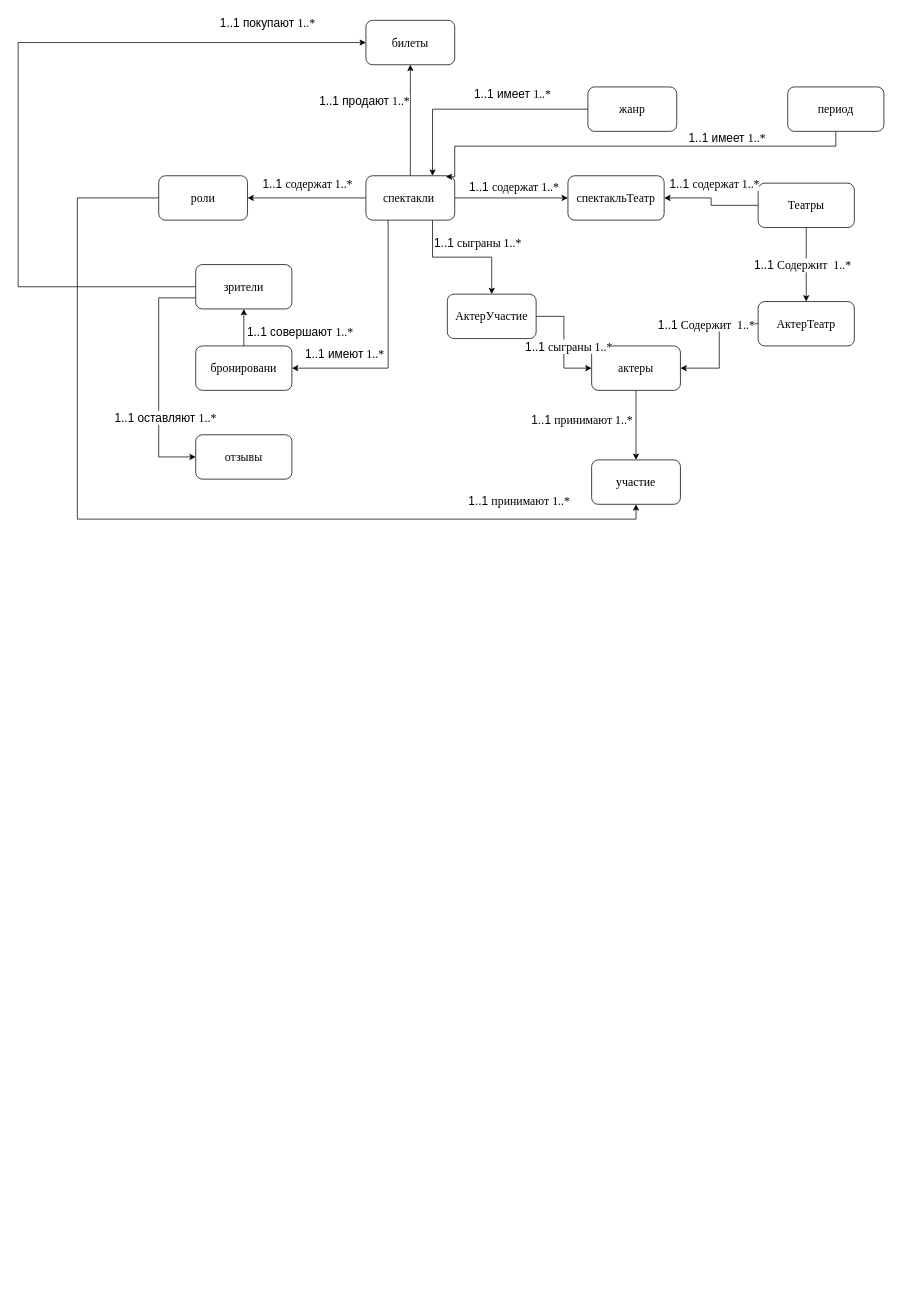
Above: без названия.drawio in Verina19/Practica_4 (draw.io), before the change. Source tidied: cells renumbered, new cells numbered last; positions are measured from the earlier drawing's top-left corner, leaving out a move shared by most shapes. Both pictures are drawn from the tidied source at 74%, with x=0, y=0 at pixel (18, 13).
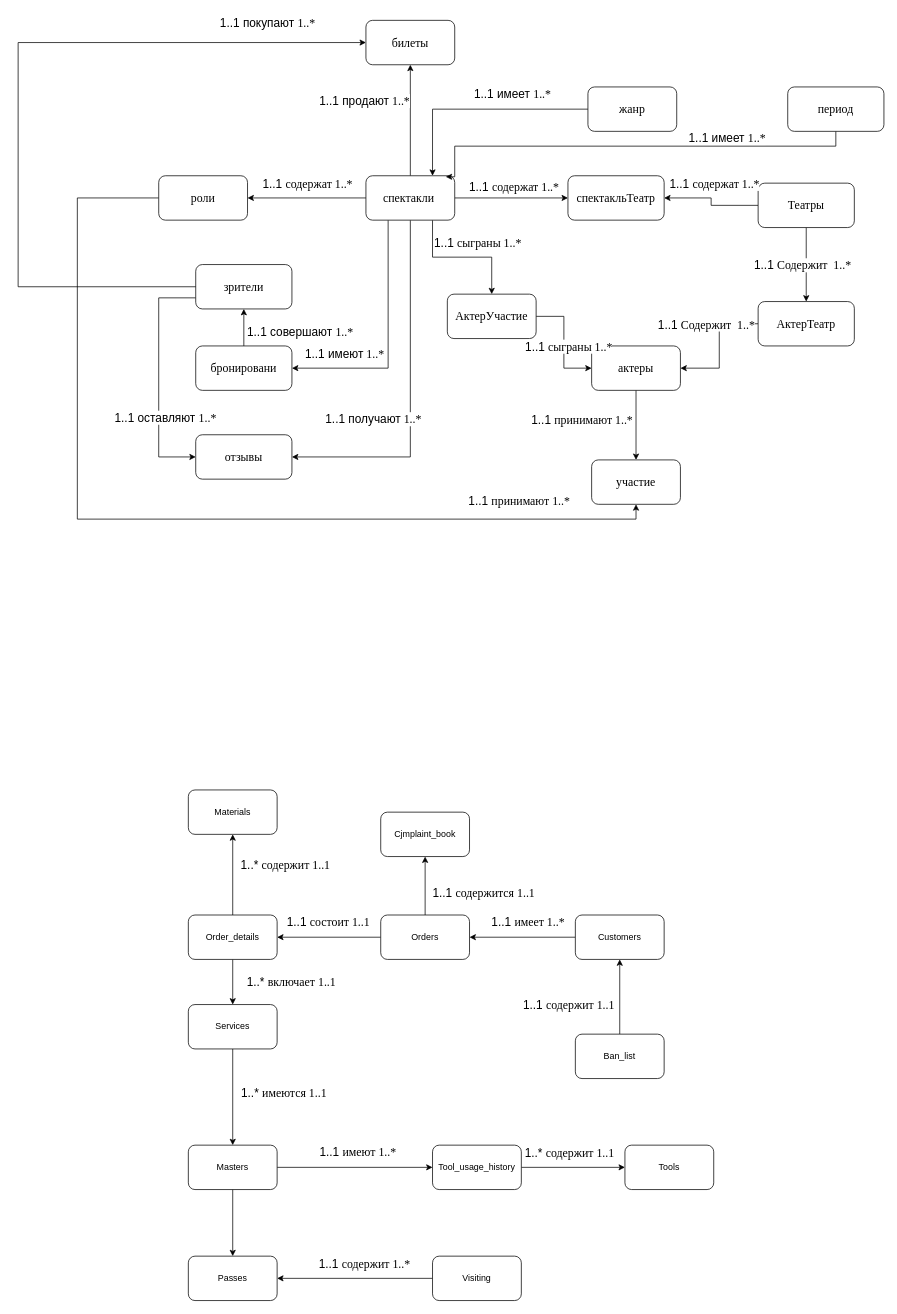
Above is the later version.

Unchanged cells that the change refers to:
```xml
<mxCell id="12" value="&lt;span style=&quot;font-size:12.0pt;font-family:&amp;quot;Times New Roman&amp;quot;,serif;&lt;br/&gt;mso-fareast-font-family:&amp;quot;Times New Roman&amp;quot;;mso-font-kerning:0pt;mso-ansi-language:&lt;br/&gt;RU;mso-fareast-language:EN-US;mso-bidi-language:AR-SA&quot;&gt;спектакли&amp;nbsp;&lt;/span&gt;" style="rounded=1;whiteSpace=wrap;html=1;" parent="1" vertex="1">
  <mxGeometry x="470" y="220" width="120" height="60" as="geometry" />
</mxCell>
<mxCell id="22" value="&lt;span style=&quot;font-size:12.0pt;font-family:&amp;quot;Times New Roman&amp;quot;,serif;&lt;br/&gt;mso-fareast-font-family:&amp;quot;Times New Roman&amp;quot;;mso-font-kerning:0pt;mso-ansi-language:&lt;br/&gt;RU;mso-fareast-language:EN-US;mso-bidi-language:AR-SA&quot;&gt;отзывы&lt;/span&gt;" style="rounded=1;whiteSpace=wrap;html=1;" parent="1" vertex="1">
  <mxGeometry x="240" y="570" width="130" height="60" as="geometry" />
</mxCell>
```

Change to the diagram source:
```diff
@@
+    <mxCell id="48" style="edgeStyle=orthogonalEdgeStyle;rounded=0;jettySize=auto;html=1;entryX=1;entryY=0.5;entryDx=0;entryDy=0;" parent="1" edge="1" source="12" target="22">
+      <mxGeometry relative="1" as="geometry">
+        <Array as="points">
+          <mxPoint x="530" y="600" />
+        </Array>
+      </mxGeometry>
+    </mxCell>
@@
+    <mxCell id="49" style="edgeStyle=orthogonalEdgeStyle;rounded=0;jettySize=auto;html=1;entryX=0.5;entryY=0;entryDx=0;entryDy=0;" parent="1" edge="1" source="50" target="66">
+      <mxGeometry relative="1" as="geometry" />
+    </mxCell>
+    <mxCell id="50" value="Services" style="rounded=1;whiteSpace=wrap;html=1;" parent="1" vertex="1">
+      <mxGeometry x="230" y="1340" width="120" height="60" as="geometry" />
+    </mxCell>
+    <mxCell id="51" style="edgeStyle=orthogonalEdgeStyle;rounded=0;jettySize=auto;html=1;" parent="1" edge="1" source="52" target="60">
+      <mxGeometry relative="1" as="geometry" />
+    </mxCell>
+    <mxCell id="52" value="Ban_list" style="rounded=1;whiteSpace=wrap;html=1;" parent="1" vertex="1">
+      <mxGeometry x="753" y="1380" width="120" height="60" as="geometry" />
+    </mxCell>
+    <mxCell id="53" style="edgeStyle=orthogonalEdgeStyle;rounded=0;jettySize=auto;html=1;" parent="1" edge="1" source="55" target="61">
+      <mxGeometry relative="1" as="geometry" />
+    </mxCell>
+    <mxCell id="54" style="edgeStyle=orthogonalEdgeStyle;rounded=0;jettySize=auto;html=1;entryX=1;entryY=0.5;entryDx=0;entryDy=0;" parent="1" edge="1" source="55" target="58">
+      <mxGeometry relative="1" as="geometry" />
+    </mxCell>
+    <mxCell id="55" value="Orders" style="rounded=1;whiteSpace=wrap;html=1;" parent="1" vertex="1">
+      <mxGeometry x="490" y="1219" width="120" height="60" as="geometry" />
+    </mxCell>
+    <mxCell id="56" style="edgeStyle=orthogonalEdgeStyle;rounded=0;jettySize=auto;html=1;" parent="1" edge="1" source="58" target="50">
+      <mxGeometry relative="1" as="geometry" />
+    </mxCell>
+    <mxCell id="57" style="edgeStyle=orthogonalEdgeStyle;rounded=0;jettySize=auto;html=1;" parent="1" edge="1" source="58" target="78">
+      <mxGeometry relative="1" as="geometry" />
+    </mxCell>
+    <mxCell id="58" value="Order_details" style="rounded=1;whiteSpace=wrap;html=1;" parent="1" vertex="1">
+      <mxGeometry x="230" y="1219" width="120" height="60" as="geometry" />
+    </mxCell>
+    <mxCell id="59" style="edgeStyle=orthogonalEdgeStyle;rounded=0;jettySize=auto;html=1;entryX=1;entryY=0.5;entryDx=0;entryDy=0;" parent="1" edge="1" source="60" target="55">
+      <mxGeometry relative="1" as="geometry" />
+    </mxCell>
+    <mxCell id="60" value="Customers" style="rounded=1;whiteSpace=wrap;html=1;" parent="1" vertex="1">
+      <mxGeometry x="753" y="1219" width="120" height="60" as="geometry" />
+    </mxCell>
+    <mxCell id="61" value="Cjmplaint_book" style="rounded=1;whiteSpace=wrap;html=1;" parent="1" vertex="1">
+      <mxGeometry x="490" y="1080" width="120" height="60" as="geometry" />
+    </mxCell>
+    <mxCell id="62" value="&lt;span style=&quot;font-size:12.0pt;font-family:&lt;br/&gt;&amp;quot;Times New Roman&amp;quot;,serif;mso-fareast-font-family:&amp;quot;Times New Roman&amp;quot;;mso-font-kerning:&lt;br/&gt;0pt;mso-ansi-language:EN-CA;mso-fareast-language:EN-US;mso-bidi-language:AR-SA&quot; lang=&quot;EN-CA&quot;&gt;1..1&amp;nbsp;&lt;/span&gt;&lt;span style=&quot;font-size:12.0pt;font-family:&amp;quot;Times New Roman&amp;quot;,serif;&lt;br/&gt;mso-fareast-font-family:&amp;quot;Times New Roman&amp;quot;;mso-font-kerning:0pt;mso-ansi-language:&lt;br/&gt;RU;mso-fareast-language:EN-US;mso-bidi-language:AR-SA&quot;&gt;содержит&amp;nbsp;&lt;/span&gt;&lt;span style=&quot;font-size:12.0pt;font-family:&amp;quot;Times New Roman&amp;quot;,serif;&lt;br/&gt;mso-fareast-font-family:&amp;quot;Times New Roman&amp;quot;;mso-font-kerning:0pt;mso-ansi-language:&lt;br/&gt;RU;mso-fareast-language:EN-US;mso-bidi-language:AR-SA&quot;&gt;1..1&lt;/span&gt;" style="edgeLabel;html=1;align=center;verticalAlign=middle;" parent="1" vertex="1">
+      <mxGeometry x="743" y="1340" as="geometry" />
+    </mxCell>
+    <mxCell id="63" value="&lt;span style=&quot;font-size:12.0pt;font-family:&lt;br/&gt;&amp;quot;Times New Roman&amp;quot;,serif;mso-fareast-font-family:&amp;quot;Times New Roman&amp;quot;;mso-font-kerning:&lt;br/&gt;0pt;mso-ansi-language:EN-CA;mso-fareast-language:EN-US;mso-bidi-language:AR-SA&quot; lang=&quot;EN-CA&quot;&gt;1..1&amp;nbsp;&lt;/span&gt;&lt;span style=&quot;font-size:12.0pt;font-family:&amp;quot;Times New Roman&amp;quot;,serif;&lt;br/&gt;mso-fareast-font-family:&amp;quot;Times New Roman&amp;quot;;mso-font-kerning:0pt;mso-ansi-language:&lt;br/&gt;RU;mso-fareast-language:EN-US;mso-bidi-language:AR-SA&quot;&gt;содержится&amp;nbsp;&lt;/span&gt;&lt;span style=&quot;font-size:12.0pt;font-family:&amp;quot;Times New Roman&amp;quot;,serif;&lt;br/&gt;mso-fareast-font-family:&amp;quot;Times New Roman&amp;quot;;mso-font-kerning:0pt;mso-ansi-language:&lt;br/&gt;RU;mso-fareast-language:EN-US;mso-bidi-language:AR-SA&quot;&gt;1..1&lt;/span&gt;" style="edgeLabel;html=1;align=center;verticalAlign=middle;" parent="1" vertex="1">
+      <mxGeometry x="630" y="1180" as="geometry">
+        <mxPoint x="-2" y="8" as="offset" />
+      </mxGeometry>
+    </mxCell>
+    <mxCell id="64" style="edgeStyle=orthogonalEdgeStyle;rounded=0;jettySize=auto;html=1;" parent="1" edge="1" source="66" target="68">
+      <mxGeometry relative="1" as="geometry" />
+    </mxCell>
+    <mxCell id="65" style="edgeStyle=orthogonalEdgeStyle;rounded=0;jettySize=auto;html=1;" parent="1" edge="1" source="66" target="69">
+      <mxGeometry relative="1" as="geometry" />
+    </mxCell>
+    <mxCell id="66" value="Masters" style="rounded=1;whiteSpace=wrap;html=1;" parent="1" vertex="1">
+      <mxGeometry x="230" y="1530" width="120" height="60" as="geometry" />
+    </mxCell>
+    <mxCell id="67" style="edgeStyle=orthogonalEdgeStyle;rounded=0;jettySize=auto;html=1;entryX=0;entryY=0.5;entryDx=0;entryDy=0;" parent="1" edge="1" source="68" target="79">
+      <mxGeometry relative="1" as="geometry" />
+    </mxCell>
+    <mxCell id="68" value="Tool_usage_history" style="rounded=1;whiteSpace=wrap;html=1;" parent="1" vertex="1">
+      <mxGeometry x="560" y="1530" width="120" height="60" as="geometry" />
+    </mxCell>
+    <mxCell id="69" value="Passes" style="rounded=1;whiteSpace=wrap;html=1;" parent="1" vertex="1">
+      <mxGeometry x="230" y="1680" width="120" height="60" as="geometry" />
+    </mxCell>
+    <mxCell id="70" style="edgeStyle=orthogonalEdgeStyle;rounded=0;jettySize=auto;html=1;entryX=1;entryY=0.5;entryDx=0;entryDy=0;" parent="1" edge="1" source="71" target="69">
+      <mxGeometry relative="1" as="geometry" />
+    </mxCell>
+    <mxCell id="71" value="Visiting" style="rounded=1;whiteSpace=wrap;html=1;" parent="1" vertex="1">
+      <mxGeometry x="560" y="1680" width="120" height="60" as="geometry" />
+    </mxCell>
+    <mxCell id="72" value="&lt;span style=&quot;font-size:12.0pt;font-family:&lt;br/&gt;&amp;quot;Times New Roman&amp;quot;,serif;mso-fareast-font-family:&amp;quot;Times New Roman&amp;quot;;mso-font-kerning:&lt;br/&gt;0pt;mso-ansi-language:EN-CA;mso-fareast-language:EN-US;mso-bidi-language:AR-SA&quot; lang=&quot;EN-CA&quot;&gt;1..1&amp;nbsp;&lt;/span&gt;&lt;span style=&quot;font-size:12.0pt;font-family:&amp;quot;Times New Roman&amp;quot;,serif;&lt;br/&gt;mso-fareast-font-family:&amp;quot;Times New Roman&amp;quot;;mso-font-kerning:0pt;mso-ansi-language:&lt;br/&gt;RU;mso-fareast-language:EN-US;mso-bidi-language:AR-SA&quot;&gt;содержит&amp;nbsp;&lt;/span&gt;&lt;span style=&quot;font-size:12.0pt;font-family:&amp;quot;Times New Roman&amp;quot;,serif;&lt;br/&gt;mso-fareast-font-family:&amp;quot;Times New Roman&amp;quot;;mso-font-kerning:0pt;mso-ansi-language:&lt;br/&gt;RU;mso-fareast-language:EN-US;mso-bidi-language:AR-SA&quot;&gt;1..*&lt;/span&gt;" style="edgeLabel;html=1;align=center;verticalAlign=middle;" parent="1" vertex="1">
+      <mxGeometry x="740" y="1580" as="geometry">
+        <mxPoint x="-273" y="110" as="offset" />
+      </mxGeometry>
+    </mxCell>
+    <mxCell id="73" value="&lt;span style=&quot;font-size:12.0pt;font-family:&lt;br/&gt;&amp;quot;Times New Roman&amp;quot;,serif;mso-fareast-font-family:&amp;quot;Times New Roman&amp;quot;;mso-font-kerning:&lt;br/&gt;0pt;mso-ansi-language:EN-CA;mso-fareast-language:EN-US;mso-bidi-language:AR-SA&quot; lang=&quot;EN-CA&quot;&gt;1..1&amp;nbsp;&lt;/span&gt;&lt;span style=&quot;font-size:12.0pt;font-family:&amp;quot;Times New Roman&amp;quot;,serif;&lt;br/&gt;mso-fareast-font-family:&amp;quot;Times New Roman&amp;quot;;mso-font-kerning:0pt;mso-ansi-language:&lt;br/&gt;RU;mso-fareast-language:EN-US;mso-bidi-language:AR-SA&quot;&gt;имеет&amp;nbsp;&lt;/span&gt;&lt;span style=&quot;font-size:12.0pt;font-family:&amp;quot;Times New Roman&amp;quot;,serif;&lt;br/&gt;mso-fareast-font-family:&amp;quot;Times New Roman&amp;quot;;mso-font-kerning:0pt;mso-ansi-language:&lt;br/&gt;RU;mso-fareast-language:EN-US;mso-bidi-language:AR-SA&quot;&gt;1..*&lt;/span&gt;" style="edgeLabel;html=1;align=center;verticalAlign=middle;" parent="1" vertex="1">
+      <mxGeometry x="690" y="1219" as="geometry">
+        <mxPoint x="-2" y="8" as="offset" />
+      </mxGeometry>
+    </mxCell>
+    <mxCell id="74" value="&lt;span style=&quot;font-size:12.0pt;font-family:&lt;br/&gt;&amp;quot;Times New Roman&amp;quot;,serif;mso-fareast-font-family:&amp;quot;Times New Roman&amp;quot;;mso-font-kerning:&lt;br/&gt;0pt;mso-ansi-language:EN-CA;mso-fareast-language:EN-US;mso-bidi-language:AR-SA&quot; lang=&quot;EN-CA&quot;&gt;1..1&amp;nbsp;&lt;/span&gt;&lt;span style=&quot;font-size:12.0pt;font-family:&amp;quot;Times New Roman&amp;quot;,serif;&lt;br/&gt;mso-fareast-font-family:&amp;quot;Times New Roman&amp;quot;;mso-font-kerning:0pt;mso-ansi-language:&lt;br/&gt;RU;mso-fareast-language:EN-US;mso-bidi-language:AR-SA&quot;&gt;состоит&amp;nbsp;&lt;/span&gt;&lt;span style=&quot;font-size:12.0pt;font-family:&amp;quot;Times New Roman&amp;quot;,serif;&lt;br/&gt;mso-fareast-font-family:&amp;quot;Times New Roman&amp;quot;;mso-font-kerning:0pt;mso-ansi-language:&lt;br/&gt;RU;mso-fareast-language:EN-US;mso-bidi-language:AR-SA&quot;&gt;1..1&lt;/span&gt;" style="edgeLabel;html=1;align=center;verticalAlign=middle;" parent="1" vertex="1">
+      <mxGeometry x="420" y="1219" as="geometry">
+        <mxPoint x="-2" y="8" as="offset" />
+      </mxGeometry>
+    </mxCell>
+    <mxCell id="75" value="&lt;span style=&quot;font-size:12.0pt;font-family:&lt;br/&gt;&amp;quot;Times New Roman&amp;quot;,serif;mso-fareast-font-family:&amp;quot;Times New Roman&amp;quot;;mso-font-kerning:&lt;br/&gt;0pt;mso-ansi-language:EN-CA;mso-fareast-language:EN-US;mso-bidi-language:AR-SA&quot; lang=&quot;EN-CA&quot;&gt;1..*&amp;nbsp;&lt;/span&gt;&lt;span style=&quot;font-size:12.0pt;font-family:&amp;quot;Times New Roman&amp;quot;,serif;&lt;br/&gt;mso-fareast-font-family:&amp;quot;Times New Roman&amp;quot;;mso-font-kerning:0pt;mso-ansi-language:&lt;br/&gt;RU;mso-fareast-language:EN-US;mso-bidi-language:AR-SA&quot;&gt;включает&amp;nbsp;&lt;/span&gt;&lt;span style=&quot;font-size:12.0pt;font-family:&amp;quot;Times New Roman&amp;quot;,serif;&lt;br/&gt;mso-fareast-font-family:&amp;quot;Times New Roman&amp;quot;;mso-font-kerning:0pt;mso-ansi-language:&lt;br/&gt;RU;mso-fareast-language:EN-US;mso-bidi-language:AR-SA&quot;&gt;1..1&lt;/span&gt;" style="edgeLabel;html=1;align=center;verticalAlign=middle;" parent="1" vertex="1">
+      <mxGeometry x="370" y="1300" as="geometry">
+        <mxPoint x="-2" y="8" as="offset" />
+      </mxGeometry>
+    </mxCell>
+    <mxCell id="76" value="&lt;span style=&quot;font-size:12.0pt;font-family:&lt;br/&gt;&amp;quot;Times New Roman&amp;quot;,serif;mso-fareast-font-family:&amp;quot;Times New Roman&amp;quot;;mso-font-kerning:&lt;br/&gt;0pt;mso-ansi-language:EN-CA;mso-fareast-language:EN-US;mso-bidi-language:AR-SA&quot; lang=&quot;EN-CA&quot;&gt;1..*&amp;nbsp;&lt;/span&gt;&lt;span style=&quot;font-size:12.0pt;font-family:&amp;quot;Times New Roman&amp;quot;,serif;&lt;br/&gt;mso-fareast-font-family:&amp;quot;Times New Roman&amp;quot;;mso-font-kerning:0pt;mso-ansi-language:&lt;br/&gt;RU;mso-fareast-language:EN-US;mso-bidi-language:AR-SA&quot;&gt;имеются&amp;nbsp;&lt;/span&gt;&lt;span style=&quot;font-size:12.0pt;font-family:&amp;quot;Times New Roman&amp;quot;,serif;&lt;br/&gt;mso-fareast-font-family:&amp;quot;Times New Roman&amp;quot;;mso-font-kerning:0pt;mso-ansi-language:&lt;br/&gt;RU;mso-fareast-language:EN-US;mso-bidi-language:AR-SA&quot;&gt;1..1&lt;/span&gt;" style="edgeLabel;html=1;align=center;verticalAlign=middle;" parent="1" vertex="1">
+      <mxGeometry x="360" y="1450" as="geometry">
+        <mxPoint x="-2" y="8" as="offset" />
+      </mxGeometry>
+    </mxCell>
+    <mxCell id="77" value="&lt;span style=&quot;font-size:12.0pt;font-family:&lt;br/&gt;&amp;quot;Times New Roman&amp;quot;,serif;mso-fareast-font-family:&amp;quot;Times New Roman&amp;quot;;mso-font-kerning:&lt;br/&gt;0pt;mso-ansi-language:EN-CA;mso-fareast-language:EN-US;mso-bidi-language:AR-SA&quot; lang=&quot;EN-CA&quot;&gt;1..1&amp;nbsp;&lt;/span&gt;&lt;span style=&quot;font-size:12.0pt;font-family:&amp;quot;Times New Roman&amp;quot;,serif;&lt;br/&gt;mso-fareast-font-family:&amp;quot;Times New Roman&amp;quot;;mso-font-kerning:0pt;mso-ansi-language:&lt;br/&gt;RU;mso-fareast-language:EN-US;mso-bidi-language:AR-SA&quot;&gt;имеют&amp;nbsp;&lt;/span&gt;&lt;span style=&quot;font-size:12.0pt;font-family:&amp;quot;Times New Roman&amp;quot;,serif;&lt;br/&gt;mso-fareast-font-family:&amp;quot;Times New Roman&amp;quot;;mso-font-kerning:0pt;mso-ansi-language:&lt;br/&gt;RU;mso-fareast-language:EN-US;mso-bidi-language:AR-SA&quot;&gt;1..*&lt;/span&gt;" style="edgeLabel;html=1;align=center;verticalAlign=middle;" parent="1" vertex="1">
+      <mxGeometry x="460" y="1530" as="geometry">
+        <mxPoint x="-2" y="8" as="offset" />
+      </mxGeometry>
+    </mxCell>
+    <mxCell id="78" value="Materials" style="rounded=1;whiteSpace=wrap;html=1;" parent="1" vertex="1">
+      <mxGeometry x="230" y="1050" width="120" height="60" as="geometry" />
+    </mxCell>
+    <mxCell id="79" value="Tools" style="rounded=1;whiteSpace=wrap;html=1;" parent="1" vertex="1">
+      <mxGeometry x="820" y="1530" width="120" height="60" as="geometry" />
+    </mxCell>
+    <mxCell id="80" value="&lt;span style=&quot;font-size:12.0pt;font-family:&lt;br/&gt;&amp;quot;Times New Roman&amp;quot;,serif;mso-fareast-font-family:&amp;quot;Times New Roman&amp;quot;;mso-font-kerning:&lt;br/&gt;0pt;mso-ansi-language:EN-CA;mso-fareast-language:EN-US;mso-bidi-language:AR-SA&quot; lang=&quot;EN-CA&quot;&gt;1..*&amp;nbsp;&lt;/span&gt;&lt;span style=&quot;font-size:12.0pt;font-family:&amp;quot;Times New Roman&amp;quot;,serif;&lt;br/&gt;mso-fareast-font-family:&amp;quot;Times New Roman&amp;quot;;mso-font-kerning:0pt;mso-ansi-language:&lt;br/&gt;RU;mso-fareast-language:EN-US;mso-bidi-language:AR-SA&quot;&gt;содержит&amp;nbsp;&lt;/span&gt;&lt;span style=&quot;font-size:12.0pt;font-family:&amp;quot;Times New Roman&amp;quot;,serif;&lt;br/&gt;mso-fareast-font-family:&amp;quot;Times New Roman&amp;quot;;mso-font-kerning:0pt;mso-ansi-language:&lt;br/&gt;RU;mso-fareast-language:EN-US;mso-bidi-language:AR-SA&quot;&gt;1..1&lt;/span&gt;" style="edgeLabel;html=1;align=center;verticalAlign=middle;" parent="1" vertex="1">
+      <mxGeometry x="360" y="1150" as="geometry" />
+    </mxCell>
+    <mxCell id="81" value="&lt;span style=&quot;font-size:12.0pt;font-family:&lt;br/&gt;&amp;quot;Times New Roman&amp;quot;,serif;mso-fareast-font-family:&amp;quot;Times New Roman&amp;quot;;mso-font-kerning:&lt;br/&gt;0pt;mso-ansi-language:EN-CA;mso-fareast-language:EN-US;mso-bidi-language:AR-SA&quot; lang=&quot;EN-CA&quot;&gt;1..*&amp;nbsp;&lt;/span&gt;&lt;span style=&quot;font-size:12.0pt;font-family:&amp;quot;Times New Roman&amp;quot;,serif;&lt;br/&gt;mso-fareast-font-family:&amp;quot;Times New Roman&amp;quot;;mso-font-kerning:0pt;mso-ansi-language:&lt;br/&gt;RU;mso-fareast-language:EN-US;mso-bidi-language:AR-SA&quot;&gt;содержит&amp;nbsp;&lt;/span&gt;&lt;span style=&quot;font-size:12.0pt;font-family:&amp;quot;Times New Roman&amp;quot;,serif;&lt;br/&gt;mso-fareast-font-family:&amp;quot;Times New Roman&amp;quot;;mso-font-kerning:0pt;mso-ansi-language:&lt;br/&gt;RU;mso-fareast-language:EN-US;mso-bidi-language:AR-SA&quot;&gt;1..1&lt;/span&gt;" style="edgeLabel;html=1;align=center;verticalAlign=middle;" parent="1" vertex="1">
+      <mxGeometry x="744" y="1540" as="geometry" />
+    </mxCell>
+    <mxCell id="82" value="&lt;span style=&quot;font-size:12.0pt;font-family:&lt;br/&gt;&amp;quot;Times New Roman&amp;quot;,serif;mso-fareast-font-family:&amp;quot;Times New Roman&amp;quot;;mso-font-kerning:&lt;br/&gt;0pt;mso-ansi-language:EN-CA;mso-fareast-language:EN-US;mso-bidi-language:AR-SA&quot; lang=&quot;EN-CA&quot;&gt;1..1 получают&lt;/span&gt;&lt;span style=&quot;font-size:12.0pt;font-family:&amp;quot;Times New Roman&amp;quot;,serif;&lt;br/&gt;mso-fareast-font-family:&amp;quot;Times New Roman&amp;quot;;mso-font-kerning:0pt;mso-ansi-language:&lt;br/&gt;RU;mso-fareast-language:EN-US;mso-bidi-language:AR-SA&quot;&gt;&amp;nbsp;&lt;/span&gt;&lt;span style=&quot;font-size:12.0pt;font-family:&amp;quot;Times New Roman&amp;quot;,serif;&lt;br/&gt;mso-fareast-font-family:&amp;quot;Times New Roman&amp;quot;;mso-font-kerning:0pt;mso-ansi-language:&lt;br/&gt;RU;mso-fareast-language:EN-US;mso-bidi-language:AR-SA&quot;&gt;1..*&lt;/span&gt;" style="edgeLabel;html=1;align=center;verticalAlign=middle;" parent="1" vertex="1">
+      <mxGeometry x="450" y="470" as="geometry">
+        <mxPoint x="29" y="78" as="offset" />
+      </mxGeometry>
+    </mxCell>
```
